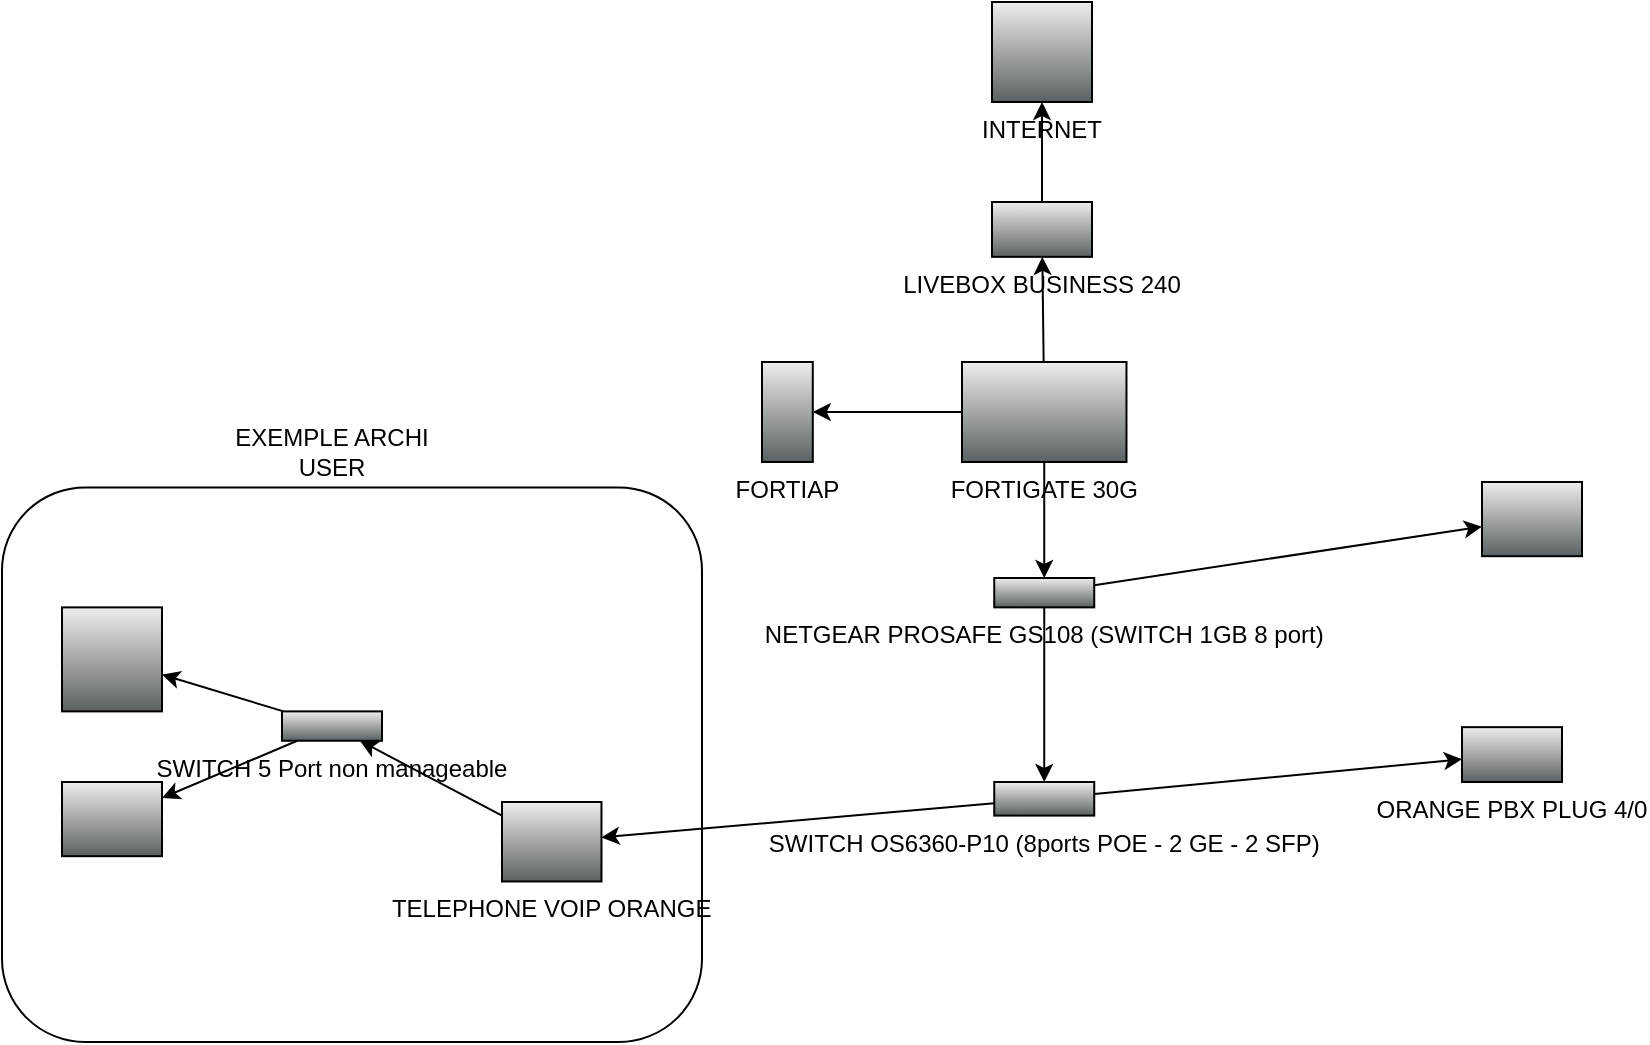
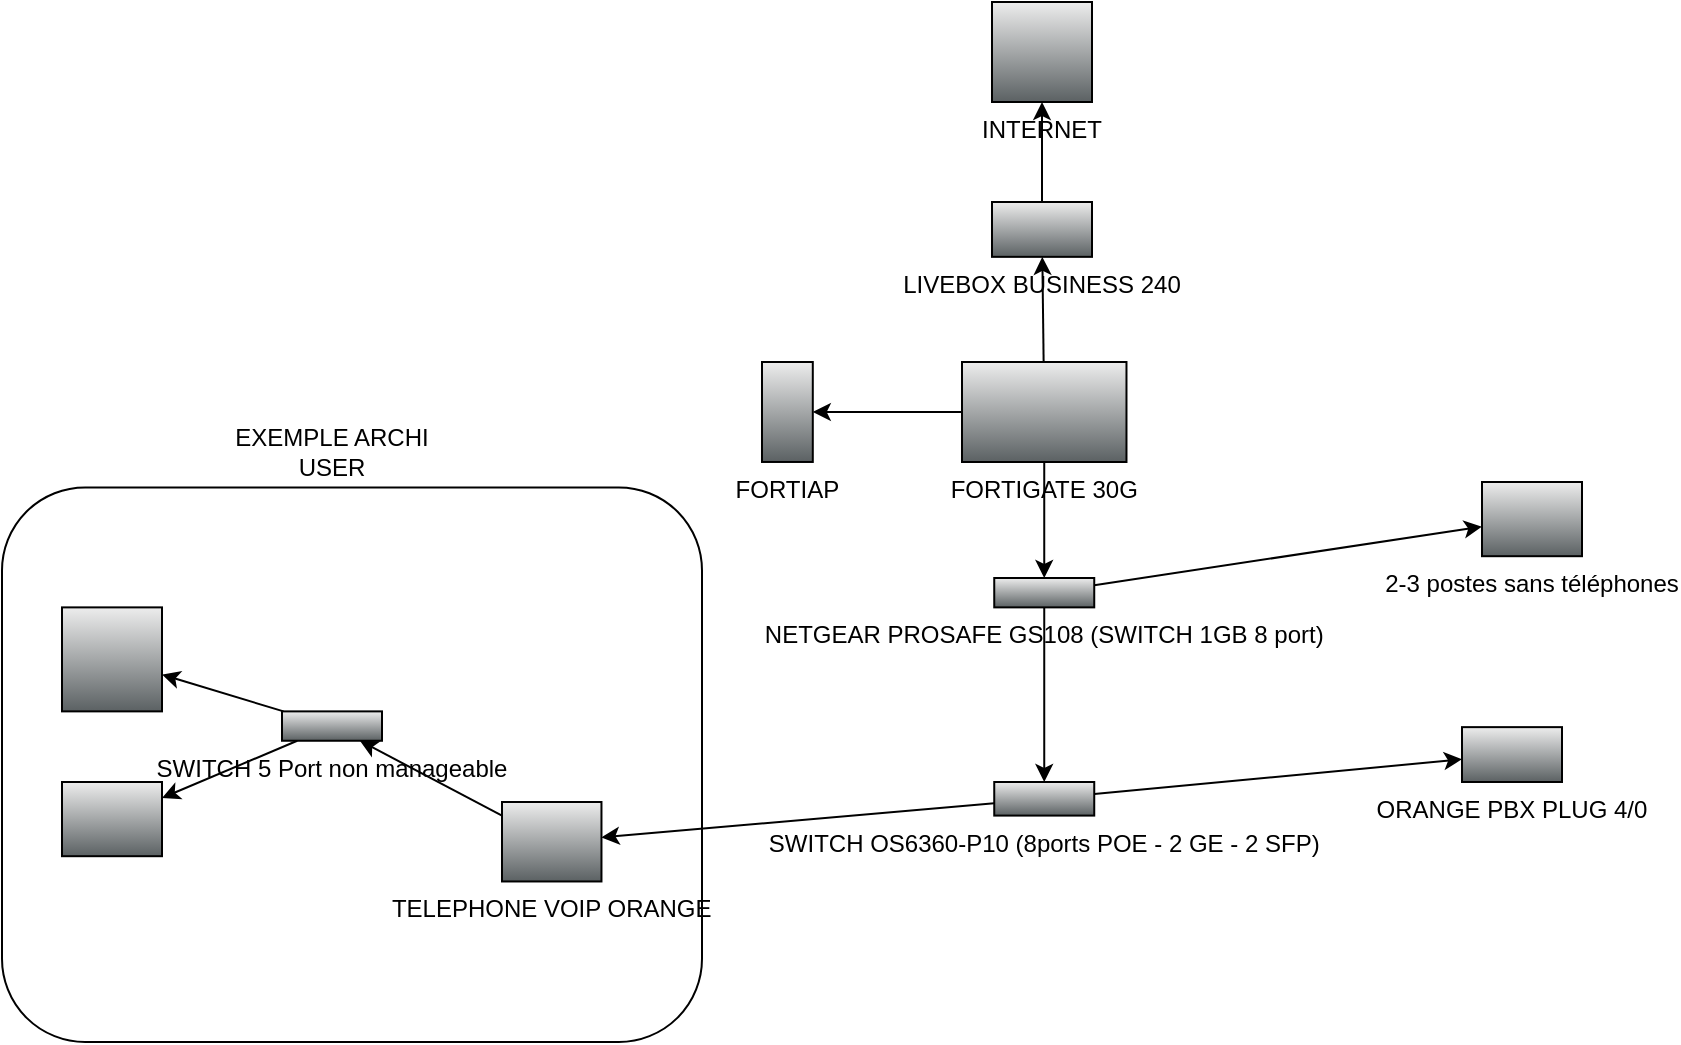
<mxfile host="app.diagrams.net">
  <diagram name="Page-1" id="SNd0UjQyqeZxcuwc7g9k">
    <mxGraphModel dx="1861" dy="1857" grid="1" gridSize="10" guides="1" tooltips="1" connect="1" arrows="1" fold="1" page="1" pageScale="1" pageWidth="850" pageHeight="1100" math="0" shadow="0">
      <root>
        <mxCell id="0" />
        <mxCell id="1" parent="0" />
        <mxCell id="WL_giqyDlNfbUev0t1YI-1" parent="1" style="rounded=1;whiteSpace=wrap;html=1;" value="" vertex="1">
          <mxGeometry height="277.31" width="350" x="-120" y="182.69" as="geometry" />
        </mxCell>
        <mxCell id="lPvuPijrXA5V_kjDJQ-a-10" edge="1" parent="1" source="lPvuPijrXA5V_kjDJQ-a-1" style="edgeStyle=none;rounded=0;orthogonalLoop=1;jettySize=auto;html=1;" target="lPvuPijrXA5V_kjDJQ-a-9" value="">
          <mxGeometry relative="1" as="geometry" />
        </mxCell>
        <mxCell id="lPvuPijrXA5V_kjDJQ-a-11" edge="1" parent="1" source="lPvuPijrXA5V_kjDJQ-a-1" style="edgeStyle=none;rounded=0;orthogonalLoop=1;jettySize=auto;html=1;" target="lPvuPijrXA5V_kjDJQ-a-5" value="">
          <mxGeometry relative="1" as="geometry" />
        </mxCell>
        <mxCell id="lPvuPijrXA5V_kjDJQ-a-15" edge="1" parent="1" source="lPvuPijrXA5V_kjDJQ-a-1" style="edgeStyle=none;rounded=0;orthogonalLoop=1;jettySize=auto;html=1;" target="lPvuPijrXA5V_kjDJQ-a-6" value="">
          <mxGeometry relative="1" as="geometry" />
        </mxCell>
        <mxCell id="lPvuPijrXA5V_kjDJQ-a-1" parent="1" style="shape=mxgraph.networks2.icon;aspect=fixed;fillColor=#EDEDED;strokeColor=#000000;gradientColor=#5B6163;network2IconShadow=1;network2bgFillColor=none;labelPosition=center;verticalLabelPosition=bottom;align=center;verticalAlign=top;network2Icon=mxgraph.networks2.firewall;network2IconXOffset=0.0001;network2IconYOffset=0.0001;network2IconW=1;network2IconH=0.608;" value="FORTIGATE 30G" vertex="1">
          <mxGeometry height="50" width="82.24" x="360" y="120" as="geometry" />
        </mxCell>
        <mxCell id="lPvuPijrXA5V_kjDJQ-a-2" parent="1" style="shape=mxgraph.networks2.icon;aspect=fixed;fillColor=#EDEDED;strokeColor=#000000;gradientColor=#5B6163;network2IconShadow=1;network2bgFillColor=none;labelPosition=center;verticalLabelPosition=bottom;align=center;verticalAlign=top;network2Icon=mxgraph.networks2.globe;network2IconW=1;network2IconH=1;" value="INTERNET" vertex="1">
          <mxGeometry height="50" width="50" x="375" y="-60" as="geometry" />
        </mxCell>
        <mxCell id="lPvuPijrXA5V_kjDJQ-a-4" parent="1" style="fillColorStyles=neutralFill;neutralFill=#9DA6A8;shape=mxgraph.networks2.icon;aspect=fixed;fillColor=#EDEDED;strokeColor=#000000;gradientColor=#5B6163;network2IconShadow=1;network2bgFillColor=none;labelPosition=center;verticalLabelPosition=bottom;align=center;verticalAlign=top;network2Icon=mxgraph.networks2.wireless_hub;network2IconYOffset=-0.1142;network2IconW=1;network2IconH=0.5485;" value="ORANGE PBX PLUG 4/0" vertex="1">
          <mxGeometry height="27.425" width="50" x="610" y="302.57" as="geometry" />
        </mxCell>
        <mxCell id="lPvuPijrXA5V_kjDJQ-a-12" edge="1" parent="1" source="lPvuPijrXA5V_kjDJQ-a-5" style="edgeStyle=none;rounded=0;orthogonalLoop=1;jettySize=auto;html=1;" target="lPvuPijrXA5V_kjDJQ-a-2" value="">
          <mxGeometry relative="1" as="geometry" />
        </mxCell>
        <mxCell id="lPvuPijrXA5V_kjDJQ-a-5" parent="1" style="fillColorStyles=neutralFill;neutralFill=#9DA6A8;shape=mxgraph.networks2.icon;aspect=fixed;fillColor=#EDEDED;strokeColor=#000000;gradientColor=#5B6163;network2IconShadow=1;network2bgFillColor=none;labelPosition=center;verticalLabelPosition=bottom;align=center;verticalAlign=top;network2Icon=mxgraph.networks2.wireless_hub;network2IconYOffset=-0.1142;network2IconW=1;network2IconH=0.5485;" value="LIVEBOX BUSINESS 240" vertex="1">
          <mxGeometry height="27.425" width="50" x="375" y="39.999999999999986" as="geometry" />
        </mxCell>
        <mxCell id="lPvuPijrXA5V_kjDJQ-a-16" edge="1" parent="1" source="lPvuPijrXA5V_kjDJQ-a-6" style="edgeStyle=none;rounded=0;orthogonalLoop=1;jettySize=auto;html=1;" target="lPvuPijrXA5V_kjDJQ-a-14" value="">
          <mxGeometry relative="1" as="geometry" />
        </mxCell>
        <mxCell id="WL_giqyDlNfbUev0t1YI-4" edge="1" parent="1" source="lPvuPijrXA5V_kjDJQ-a-6" style="edgeStyle=none;rounded=0;orthogonalLoop=1;jettySize=auto;html=1;" target="WL_giqyDlNfbUev0t1YI-3" value="">
          <mxGeometry relative="1" as="geometry" />
        </mxCell>
        <mxCell id="lPvuPijrXA5V_kjDJQ-a-6" parent="1" style="fillColorStyles=neutralFill;neutralFill=#9DA6A8;shape=mxgraph.networks2.icon;aspect=fixed;fillColor=#EDEDED;strokeColor=#000000;gradientColor=#5B6163;network2IconShadow=1;network2bgFillColor=none;labelPosition=center;verticalLabelPosition=bottom;align=center;verticalAlign=top;network2Icon=mxgraph.networks2.hub;network2IconXOffset=0.0001;network2IconYOffset=0.0129;network2IconW=1;network2IconH=0.2938;" value="NETGEAR PROSAFE GS108 (SWITCH 1GB 8 port)" vertex="1">
          <mxGeometry height="14.69" width="50" x="376.12" y="228.00000000000003" as="geometry" />
        </mxCell>
        <mxCell id="lPvuPijrXA5V_kjDJQ-a-9" parent="1" style="shape=mxgraph.networks2.icon;aspect=fixed;fillColor=#EDEDED;strokeColor=#000000;gradientColor=#5B6163;network2IconShadow=1;network2bgFillColor=none;labelPosition=center;verticalLabelPosition=bottom;align=center;verticalAlign=top;network2Icon=mxgraph.networks2.antenna;network2IconYOffset=0.0004;network2IconW=0.508;network2IconH=0.9997;" value="FORTIAP" vertex="1">
          <mxGeometry height="49.985" width="25.4" x="260" y="120" as="geometry" />
        </mxCell>
        <mxCell id="lPvuPijrXA5V_kjDJQ-a-18" edge="1" parent="1" source="lPvuPijrXA5V_kjDJQ-a-14" style="edgeStyle=none;rounded=0;orthogonalLoop=1;jettySize=auto;html=1;" target="lPvuPijrXA5V_kjDJQ-a-17" value="">
          <mxGeometry relative="1" as="geometry" />
        </mxCell>
        <mxCell id="lPvuPijrXA5V_kjDJQ-a-26" edge="1" parent="1" source="lPvuPijrXA5V_kjDJQ-a-14" style="edgeStyle=none;rounded=0;orthogonalLoop=1;jettySize=auto;html=1;" target="lPvuPijrXA5V_kjDJQ-a-4" value="">
          <mxGeometry relative="1" as="geometry" />
        </mxCell>
        <mxCell id="lPvuPijrXA5V_kjDJQ-a-14" parent="1" style="shape=mxgraph.networks2.icon;aspect=fixed;fillColor=#EDEDED;strokeColor=#000000;gradientColor=#5B6163;network2IconShadow=1;network2bgFillColor=none;labelPosition=center;verticalLabelPosition=bottom;align=center;verticalAlign=top;network2Icon=mxgraph.networks2.patch_panel;network2IconXOffset=0.0001;network2IconYOffset=-0.0211;network2IconW=1;network2IconH=0.3359;" value="SWITCH OS6360-P10 (8ports POE - 2 GE - 2 SFP)" vertex="1">
          <mxGeometry height="16.794999999999998" width="50" x="376.12" y="330" as="geometry" />
        </mxCell>
        <mxCell id="lPvuPijrXA5V_kjDJQ-a-20" edge="1" parent="1" source="lPvuPijrXA5V_kjDJQ-a-17" style="edgeStyle=none;rounded=0;orthogonalLoop=1;jettySize=auto;html=1;" target="lPvuPijrXA5V_kjDJQ-a-19" value="">
          <mxGeometry relative="1" as="geometry" />
        </mxCell>
        <mxCell id="lPvuPijrXA5V_kjDJQ-a-17" parent="1" style="shape=mxgraph.networks2.icon;aspect=fixed;fillColor=#EDEDED;strokeColor=#000000;gradientColor=#5B6163;network2IconShadow=1;network2bgFillColor=none;labelPosition=center;verticalLabelPosition=bottom;align=center;verticalAlign=top;network2Icon=mxgraph.networks2.phone;network2IconXOffset=0.0009;network2IconYOffset=-0.0064;network2IconW=0.9947;network2IconH=0.7947;" value="TELEPHONE VOIP ORANGE" vertex="1">
          <mxGeometry height="39.735" width="49.735" x="130" y="340" as="geometry" />
        </mxCell>
        <mxCell id="lPvuPijrXA5V_kjDJQ-a-22" edge="1" parent="1" source="lPvuPijrXA5V_kjDJQ-a-19" style="edgeStyle=none;rounded=0;orthogonalLoop=1;jettySize=auto;html=1;" target="lPvuPijrXA5V_kjDJQ-a-21" value="">
          <mxGeometry relative="1" as="geometry" />
        </mxCell>
        <mxCell id="lPvuPijrXA5V_kjDJQ-a-25" edge="1" parent="1" source="lPvuPijrXA5V_kjDJQ-a-19" style="edgeStyle=none;rounded=0;orthogonalLoop=1;jettySize=auto;html=1;" target="lPvuPijrXA5V_kjDJQ-a-24" value="">
          <mxGeometry relative="1" as="geometry" />
        </mxCell>
        <mxCell id="lPvuPijrXA5V_kjDJQ-a-19" parent="1" style="fillColorStyles=neutralFill;neutralFill=#9DA6A8;shape=mxgraph.networks2.icon;aspect=fixed;fillColor=#EDEDED;strokeColor=#000000;gradientColor=#5B6163;network2IconShadow=1;network2bgFillColor=none;labelPosition=center;verticalLabelPosition=bottom;align=center;verticalAlign=top;network2Icon=mxgraph.networks2.hub;network2IconXOffset=0.0001;network2IconYOffset=0.0129;network2IconW=1;network2IconH=0.2938;" value="SWITCH 5 Port non manageable" vertex="1">
          <mxGeometry height="14.69" width="50" x="20" y="294.69" as="geometry" />
        </mxCell>
        <mxCell id="lPvuPijrXA5V_kjDJQ-a-21" parent="1" style="shape=mxgraph.networks2.icon;aspect=fixed;fillColor=#EDEDED;strokeColor=#000000;gradientColor=#5B6163;network2IconShadow=1;network2bgFillColor=none;labelPosition=center;verticalLabelPosition=bottom;align=center;verticalAlign=top;network2Icon=mxgraph.networks2.monitor;network2IconYOffset=-0.009;network2IconW=1;network2IconH=0.742;" value="" vertex="1">
          <mxGeometry height="37.1" width="50" x="-90" y="330" as="geometry" />
        </mxCell>
        <mxCell id="lPvuPijrXA5V_kjDJQ-a-24" parent="1" style="fillColorStyles=neutralFill;neutralFill=#9DA6A8;shape=mxgraph.networks2.icon;aspect=fixed;fillColor=#EDEDED;strokeColor=#000000;gradientColor=#5B6163;network2IconShadow=1;network2bgFillColor=none;labelPosition=center;verticalLabelPosition=bottom;align=center;verticalAlign=top;network2Icon=mxgraph.networks2.printer;network2IconW=1;network2IconH=1.04;" value="" vertex="1">
          <mxGeometry height="52" width="50" x="-90" y="242.69000000000003" as="geometry" />
        </mxCell>
        <mxCell id="WL_giqyDlNfbUev0t1YI-2" parent="1" style="text;html=1;whiteSpace=wrap;strokeColor=none;fillColor=none;align=center;verticalAlign=middle;rounded=0;" value="EXEMPLE ARCHI USER" vertex="1">
          <mxGeometry height="30" width="110" x="-10" y="150" as="geometry" />
        </mxCell>
-         <mxCell id="WL_giqyDlNfbUev0t1YI-3" parent="1" style="shape=mxgraph.networks2.icon;aspect=fixed;fillColor=#EDEDED;strokeColor=#000000;gradientColor=#5B6163;network2IconShadow=1;network2bgFillColor=none;labelPosition=center;verticalLabelPosition=bottom;align=center;verticalAlign=top;network2Icon=mxgraph.networks2.monitor;network2IconYOffset=-0.009;network2IconW=1;network2IconH=0.742;" value="" vertex="1">
+         <mxCell id="WL_giqyDlNfbUev0t1YI-3" parent="1" style="shape=mxgraph.networks2.icon;aspect=fixed;fillColor=#EDEDED;strokeColor=#000000;gradientColor=#5B6163;network2IconShadow=1;network2bgFillColor=none;labelPosition=center;verticalLabelPosition=bottom;align=center;verticalAlign=top;network2Icon=mxgraph.networks2.monitor;network2IconYOffset=-0.009;network2IconW=1;network2IconH=0.742;" value="2-3 postes sans téléphones" vertex="1">
          <mxGeometry height="37.1" width="50" x="620" y="180" as="geometry" />
        </mxCell>
      </root>
    </mxGraphModel>
  </diagram>
</mxfile>
